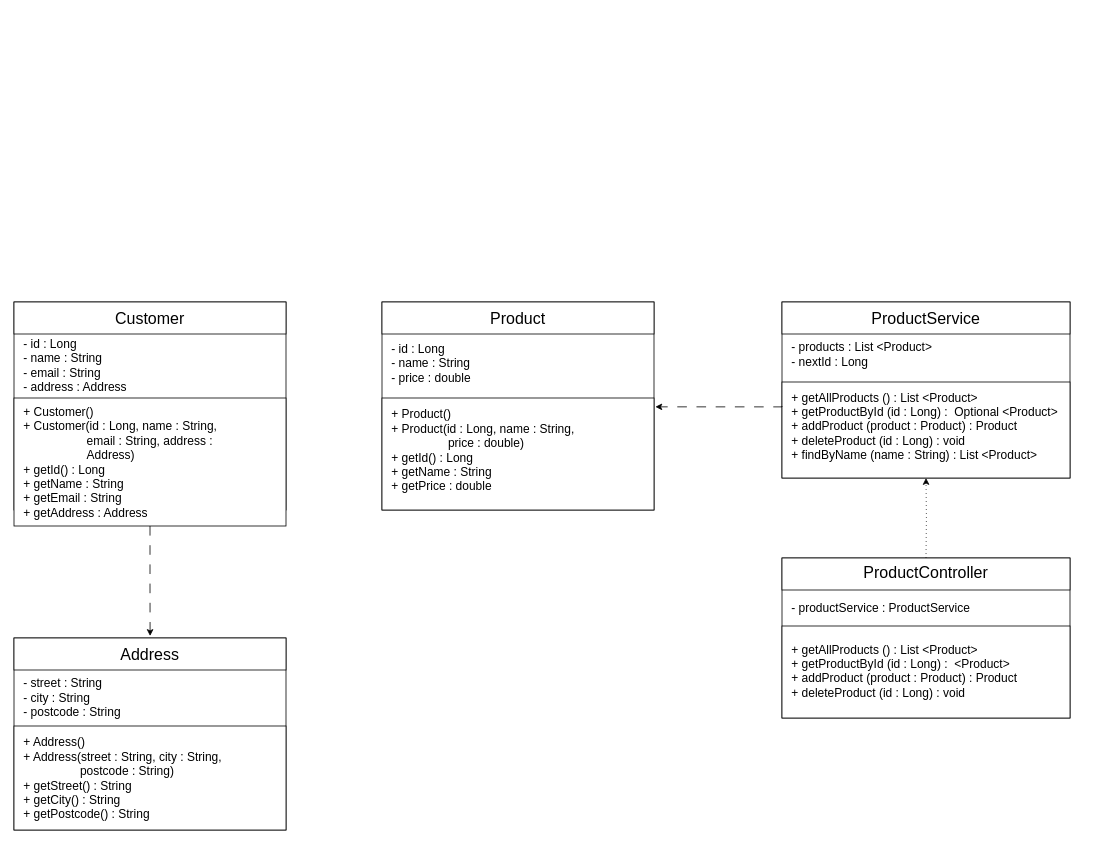
Earlier version of the draw.io diagram docs/uml/OOP_UML.drawio (gimasha20250188-cpu/OOP_Tutorials). Source tidied: cells renumbered, new cells numbered last; positions are measured from the earlier drawing's top-left corner, leaving out a move shared by most shapes. Both pictures are drawn from the tidied source at 80%, with x=0, y=0 at pixel (14, 302).
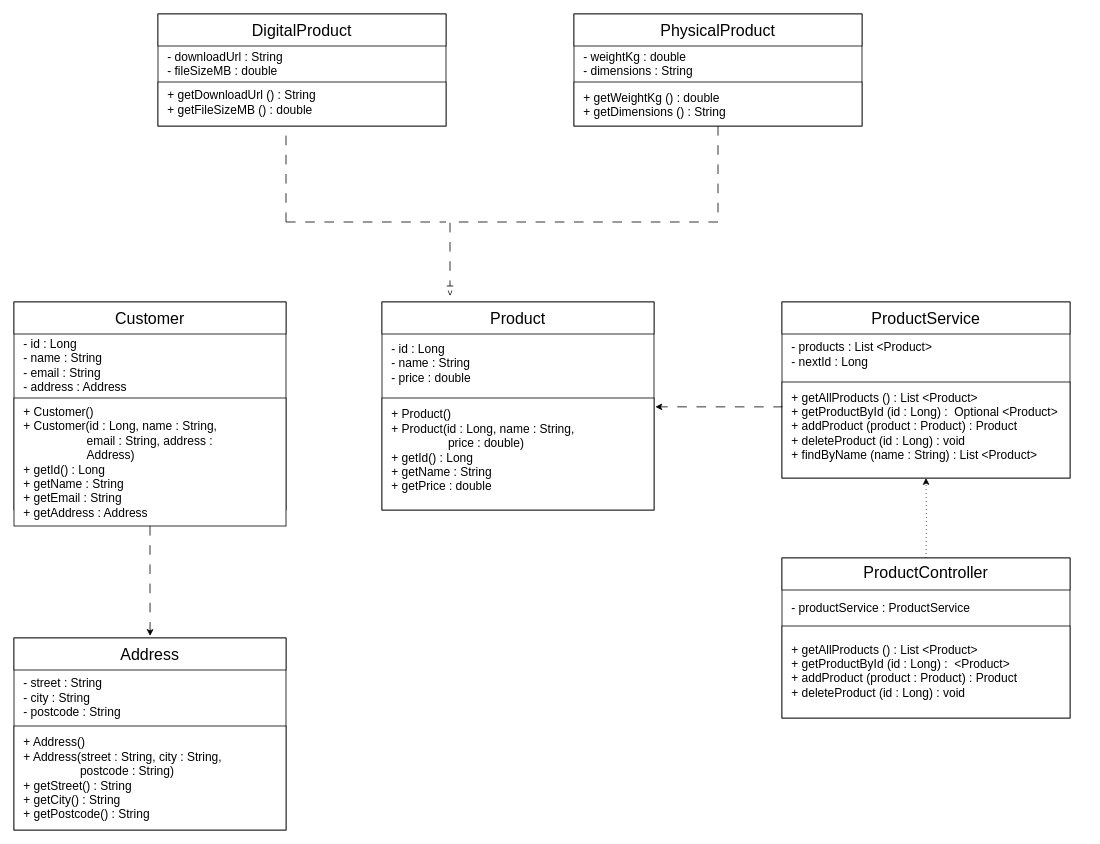
The same page after the edit.

Commit message (it also covers changes not shown here):
Tutorial 04 : inheritance hierarchy - DigitalProduct and PhysicalProduct

The edit, as a diff of the source:
```diff
@@
+    <mxCell id="35" style="rounded=0;whiteSpace=wrap;html=1;" parent="1" vertex="1">
+      <mxGeometry x="180" y="-360" width="360" height="140" as="geometry" />
+    </mxCell>
+    <mxCell id="36" style="rounded=0;whiteSpace=wrap;html=1;" parent="1" vertex="1">
+      <mxGeometry x="180" y="-360" width="360" height="40" as="geometry" />
+    </mxCell>
+    <mxCell id="37" value="DigitalProduct" style="text;html=1;whiteSpace=wrap;strokeColor=none;fillColor=none;align=center;verticalAlign=middle;rounded=0;fontSize=20;" parent="1" vertex="1">
+      <mxGeometry x="330" y="-355" width="60" height="30" as="geometry" />
+    </mxCell>
+    <mxCell id="38" value="- downloadUrl : String&lt;br&gt;- fileSizeMB : double" style="text;html=1;whiteSpace=wrap;strokeColor=none;fillColor=none;align=left;verticalAlign=middle;rounded=0;fontSize=15;" parent="1" vertex="1">
+      <mxGeometry x="190" y="-313" width="320" height="30" as="geometry" />
+    </mxCell>
+    <mxCell id="39" style="rounded=0;whiteSpace=wrap;html=1;" parent="1" vertex="1">
+      <mxGeometry x="180" y="-275" width="360" height="55" as="geometry" />
+    </mxCell>
+    <mxCell id="40" value="+ getDownloadUrl () : String&lt;br&gt;+ getFileSizeMB () : double&lt;br&gt;&lt;br&gt;&lt;div&gt;&lt;div&gt;&lt;/div&gt;&lt;/div&gt;" style="text;html=1;whiteSpace=wrap;strokeColor=none;fillColor=none;align=left;verticalAlign=middle;rounded=0;fontSize=15;" parent="1" vertex="1">
+      <mxGeometry x="190" y="-256" width="370" height="30" as="geometry" />
+    </mxCell>
+    <mxCell id="41" style="rounded=0;whiteSpace=wrap;html=1;" parent="1" vertex="1">
+      <mxGeometry x="700" y="-360" width="360" height="140" as="geometry" />
+    </mxCell>
+    <mxCell id="42" style="rounded=0;whiteSpace=wrap;html=1;" parent="1" vertex="1">
+      <mxGeometry x="700" y="-360" width="360" height="40" as="geometry" />
+    </mxCell>
+    <mxCell id="43" value="PhysicalProduct" style="text;html=1;whiteSpace=wrap;strokeColor=none;fillColor=none;align=center;verticalAlign=middle;rounded=0;fontSize=20;" parent="1" vertex="1">
+      <mxGeometry x="850" y="-355" width="60" height="30" as="geometry" />
+    </mxCell>
+    <mxCell id="44" value="- weightKg : double&lt;br&gt;- dimensions : String" style="text;html=1;whiteSpace=wrap;strokeColor=none;fillColor=none;align=left;verticalAlign=middle;rounded=0;fontSize=15;" parent="1" vertex="1">
+      <mxGeometry x="710" y="-313" width="320" height="30" as="geometry" />
+    </mxCell>
+    <mxCell id="45" style="edgeStyle=orthogonalEdgeStyle;rounded=0;jettySize=auto;html=1;endArrow=baseDash;endFill=0;dashed=1;dashPattern=12 12;" parent="1" edge="1" source="46">
+      <mxGeometry relative="1" as="geometry">
+        <mxPoint x="545" y="-20" as="targetPoint" />
+        <Array as="points">
+          <mxPoint x="880" y="-100" />
+          <mxPoint x="545" y="-100" />
+        </Array>
+      </mxGeometry>
+    </mxCell>
+    <mxCell id="46" style="rounded=0;whiteSpace=wrap;html=1;" parent="1" vertex="1">
+      <mxGeometry x="700" y="-275" width="360" height="55" as="geometry" />
+    </mxCell>
+    <mxCell id="47" value="+ getWeightKg () : double&lt;br&gt;+ getDimensions () : String&lt;br&gt;&lt;div&gt;&lt;div&gt;&lt;/div&gt;&lt;/div&gt;" style="text;html=1;whiteSpace=wrap;strokeColor=none;fillColor=none;align=left;verticalAlign=middle;rounded=0;fontSize=15;" parent="1" vertex="1">
+      <mxGeometry x="710" y="-262.5" width="370" height="30" as="geometry" />
+    </mxCell>
+    <mxCell id="48" style="endArrow=none;dashed=1;html=1;rounded=0;dashPattern=12 12;" parent="1" edge="1">
+      <mxGeometry relative="1" as="geometry">
+        <mxPoint x="340" y="-100" as="sourcePoint" />
+        <mxPoint x="340" y="-220" as="targetPoint" />
+      </mxGeometry>
+    </mxCell>
+    <mxCell id="49" style="endArrow=none;dashed=1;html=1;rounded=0;dashPattern=12 12;" parent="1" edge="1">
+      <mxGeometry relative="1" as="geometry">
+        <mxPoint x="340" y="-100" as="sourcePoint" />
+        <mxPoint x="540" y="-100" as="targetPoint" />
+      </mxGeometry>
+    </mxCell>
+    <mxCell id="50" value="&amp;gt;" style="text;html=1;strokeColor=none;fillColor=none;align=center;verticalAlign=middle;whiteSpace=wrap;rounded=0;rotation=90;" parent="1" vertex="1">
+      <mxGeometry x="516" y="-27" width="60" height="32" as="geometry" />
+    </mxCell>
```
